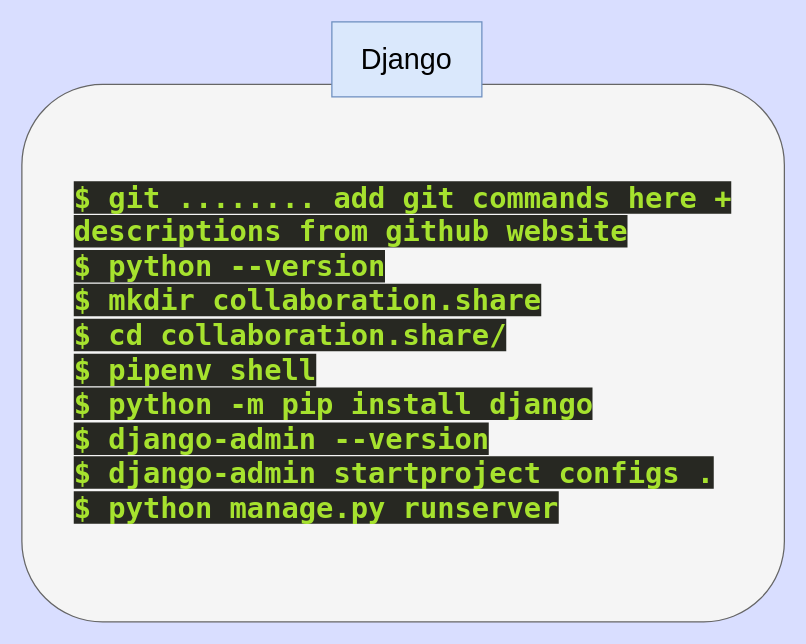
The draw.io diagram page "Django installation" (6 of 7) of Session 1.drawio in raminux/diagrams, before the edit. Source tidied: cells renumbered, new cells numbered last; positions are measured from the earlier drawing's top-left corner, leaving out a move shared by most shapes. Both pictures are drawn from the tidied source at 125%, with x=0, y=0 at pixel (21, 21).
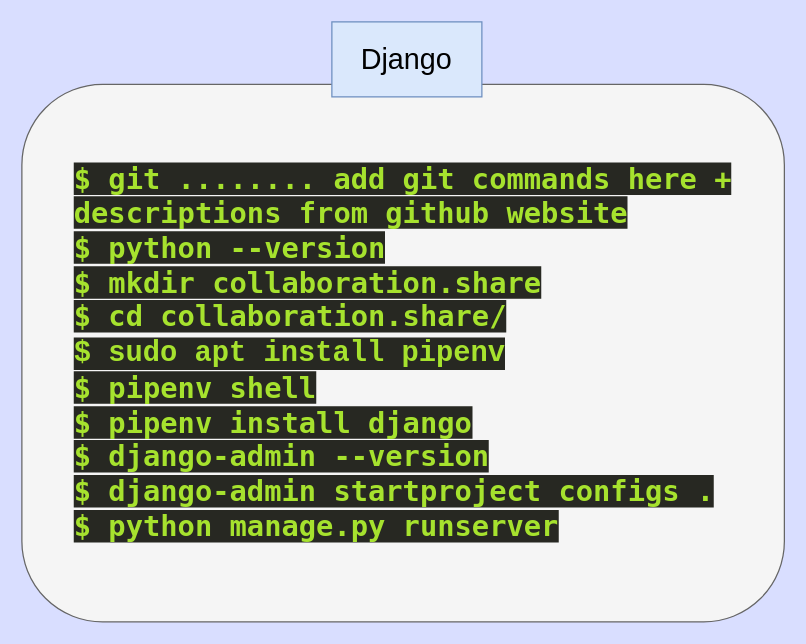
The same page after the edit.

Commit message (it also covers changes not shown here):
Update Session 1-install pipenv.drawio

The edit, as a diff of the source:
```diff
@@
 <mxGraphModel background="#D9DEFF">
   <root>
     <mxCell id="0" />
     <mxCell id="1" parent="0" />
-    <mxCell id="2" value="&lt;div&gt;&lt;/div&gt;&lt;blockquote style=&quot;margin: 0 0 0 40px; border: none; padding: 0px;&quot;&gt;&lt;span style=&quot;background-color: rgb(39, 40, 34); color: rgb(166, 226, 46); font-family: &amp;quot;Droid Sans Mono&amp;quot;, &amp;quot;monospace&amp;quot;, monospace; font-size: 23px; font-weight: bold;&quot;&gt;$ git ........ add git commands here + descriptions from github website&lt;/span&gt;&lt;/blockquote&gt;&lt;blockquote style=&quot;margin: 0 0 0 40px; border: none; padding: 0px;&quot;&gt;&lt;span style=&quot;background-color: rgb(39, 40, 34); color: rgb(166, 226, 46); font-family: &amp;quot;Droid Sans Mono&amp;quot;, &amp;quot;monospace&amp;quot;, monospace; font-size: 23px; font-weight: bold;&quot;&gt;$ python --version&lt;br&gt;&lt;/span&gt;&lt;span style=&quot;background-color: rgb(39, 40, 34); color: rgb(166, 226, 46); font-family: &amp;quot;Droid Sans Mono&amp;quot;, &amp;quot;monospace&amp;quot;, monospace; font-size: 23px; font-weight: bold;&quot;&gt;$ mkdir collaboration.share&lt;/span&gt;&lt;/blockquote&gt;&lt;blockquote style=&quot;margin: 0 0 0 40px; border: none; padding: 0px;&quot;&gt;&lt;span style=&quot;background-color: rgb(39, 40, 34); color: rgb(166, 226, 46); font-family: &amp;quot;Droid Sans Mono&amp;quot;, &amp;quot;monospace&amp;quot;, monospace; font-size: 23px; font-weight: bold;&quot;&gt;$ cd collaboration.share/&lt;br&gt;&lt;/span&gt;&lt;span style=&quot;background-color: rgb(39, 40, 34); color: rgb(166, 226, 46); font-family: &amp;quot;Droid Sans Mono&amp;quot;, &amp;quot;monospace&amp;quot;, monospace; font-size: 23px; font-weight: bold;&quot;&gt;$ pipenv shell&lt;br&gt;&lt;/span&gt;&lt;span style=&quot;background-color: rgb(39, 40, 34); color: rgb(166, 226, 46); font-family: &amp;quot;Droid Sans Mono&amp;quot;, &amp;quot;monospace&amp;quot;, monospace; font-size: 23px; font-weight: bold;&quot;&gt;$ python -m pip install django&lt;/span&gt;&lt;/blockquote&gt;&lt;blockquote style=&quot;margin: 0 0 0 40px; border: none; padding: 0px;&quot;&gt;&lt;span style=&quot;background-color: rgb(39, 40, 34); color: rgb(166, 226, 46); font-family: &amp;quot;Droid Sans Mono&amp;quot;, &amp;quot;monospace&amp;quot;, monospace; font-size: 23px; font-weight: bold;&quot;&gt;$ django-admin --version&lt;/span&gt;&lt;/blockquote&gt;&lt;blockquote style=&quot;margin: 0 0 0 40px; border: none; padding: 0px;&quot;&gt;&lt;span style=&quot;background-color: rgb(39, 40, 34); color: rgb(166, 226, 46); font-family: &amp;quot;Droid Sans Mono&amp;quot;, &amp;quot;monospace&amp;quot;, monospace; font-size: 23px; font-weight: bold;&quot;&gt;$ django-admin startproject configs .&lt;/span&gt;&lt;/blockquote&gt;&lt;blockquote style=&quot;margin: 0 0 0 40px; border: none; padding: 0px;&quot;&gt;&lt;span style=&quot;background-color: rgb(39, 40, 34); color: rgb(166, 226, 46); font-family: &amp;quot;Droid Sans Mono&amp;quot;, &amp;quot;monospace&amp;quot;, monospace; font-size: 23px; font-weight: bold;&quot;&gt;$ python manage.py runserver&lt;/span&gt;&lt;/blockquote&gt;" style="rounded=1;whiteSpace=wrap;html=1;fontSize=23;align=left;fillColor=#f5f5f5;fontColor=#333333;strokeColor=#666666;" parent="1" vertex="1">
+    <mxCell id="2" value="&lt;div&gt;&lt;/div&gt;&lt;blockquote style=&quot;margin: 0 0 0 40px; border: none; padding: 0px;&quot;&gt;&lt;span style=&quot;background-color: rgb(39, 40, 34); color: rgb(166, 226, 46); font-family: &amp;quot;Droid Sans Mono&amp;quot;, &amp;quot;monospace&amp;quot;, monospace; font-size: 23px; font-weight: bold;&quot;&gt;$ git ........ add git commands here + descriptions from github website&lt;/span&gt;&lt;/blockquote&gt;&lt;blockquote style=&quot;margin: 0 0 0 40px; border: none; padding: 0px;&quot;&gt;&lt;span style=&quot;background-color: rgb(39, 40, 34); color: rgb(166, 226, 46); font-family: &amp;quot;Droid Sans Mono&amp;quot;, &amp;quot;monospace&amp;quot;, monospace; font-size: 23px; font-weight: bold;&quot;&gt;$ python --version&lt;br&gt;&lt;/span&gt;&lt;span style=&quot;background-color: rgb(39, 40, 34); color: rgb(166, 226, 46); font-family: &amp;quot;Droid Sans Mono&amp;quot;, &amp;quot;monospace&amp;quot;, monospace; font-size: 23px; font-weight: bold;&quot;&gt;$ mkdir collaboration.share&lt;/span&gt;&lt;/blockquote&gt;&lt;blockquote style=&quot;margin: 0 0 0 40px; border: none; padding: 0px;&quot;&gt;&lt;span style=&quot;background-color: rgb(39, 40, 34); color: rgb(166, 226, 46); font-family: &amp;quot;Droid Sans Mono&amp;quot;, &amp;quot;monospace&amp;quot;, monospace; font-size: 23px; font-weight: bold;&quot;&gt;$ cd collaboration.share/&lt;/span&gt;&lt;/blockquote&gt;&lt;blockquote style=&quot;margin: 0 0 0 40px; border: none; padding: 0px;&quot;&gt;&lt;font face=&quot;Droid Sans Mono, monospace, monospace&quot; color=&quot;#a6e22e&quot;&gt;&lt;span style=&quot;background-color: rgb(39, 40, 34);&quot;&gt;&lt;b&gt;$ sudo apt install pipenv&lt;/b&gt;&lt;/span&gt;&lt;/font&gt;&lt;/blockquote&gt;&lt;blockquote style=&quot;margin: 0 0 0 40px; border: none; padding: 0px;&quot;&gt;&lt;span style=&quot;background-color: rgb(39, 40, 34); color: rgb(166, 226, 46); font-family: &amp;quot;Droid Sans Mono&amp;quot;, &amp;quot;monospace&amp;quot;, monospace; font-size: 23px; font-weight: bold;&quot;&gt;$ pipenv shell&lt;br&gt;&lt;/span&gt;&lt;span style=&quot;background-color: rgb(39, 40, 34); color: rgb(166, 226, 46); font-family: &amp;quot;Droid Sans Mono&amp;quot;, &amp;quot;monospace&amp;quot;, monospace; font-size: 23px; font-weight: bold;&quot;&gt;$ pipenv install django&lt;/span&gt;&lt;/blockquote&gt;&lt;blockquote style=&quot;margin: 0 0 0 40px; border: none; padding: 0px;&quot;&gt;&lt;span style=&quot;background-color: rgb(39, 40, 34); color: rgb(166, 226, 46); font-family: &amp;quot;Droid Sans Mono&amp;quot;, &amp;quot;monospace&amp;quot;, monospace; font-size: 23px; font-weight: bold;&quot;&gt;$ django-admin --version&lt;/span&gt;&lt;/blockquote&gt;&lt;blockquote style=&quot;margin: 0 0 0 40px; border: none; padding: 0px;&quot;&gt;&lt;span style=&quot;background-color: rgb(39, 40, 34); color: rgb(166, 226, 46); font-family: &amp;quot;Droid Sans Mono&amp;quot;, &amp;quot;monospace&amp;quot;, monospace; font-size: 23px; font-weight: bold;&quot;&gt;$ django-admin startproject configs .&lt;/span&gt;&lt;/blockquote&gt;&lt;blockquote style=&quot;margin: 0 0 0 40px; border: none; padding: 0px;&quot;&gt;&lt;span style=&quot;background-color: rgb(39, 40, 34); color: rgb(166, 226, 46); font-family: &amp;quot;Droid Sans Mono&amp;quot;, &amp;quot;monospace&amp;quot;, monospace; font-size: 23px; font-weight: bold;&quot;&gt;$ python manage.py runserver&lt;/span&gt;&lt;/blockquote&gt;" style="rounded=1;whiteSpace=wrap;html=1;fontSize=23;align=left;fillColor=#f5f5f5;fontColor=#333333;strokeColor=#666666;" parent="1" vertex="1">
       <mxGeometry y="50" width="610" height="430" as="geometry" />
     </mxCell>
     <mxCell id="3" value="Django" style="rounded=0;whiteSpace=wrap;html=1;fontSize=23;fillColor=#dae8fc;strokeColor=#6c8ebf;" parent="1" vertex="1">
       <mxGeometry x="248" width="120" height="60" as="geometry" />
     </mxCell>
   </root>
 </mxGraphModel>
```
